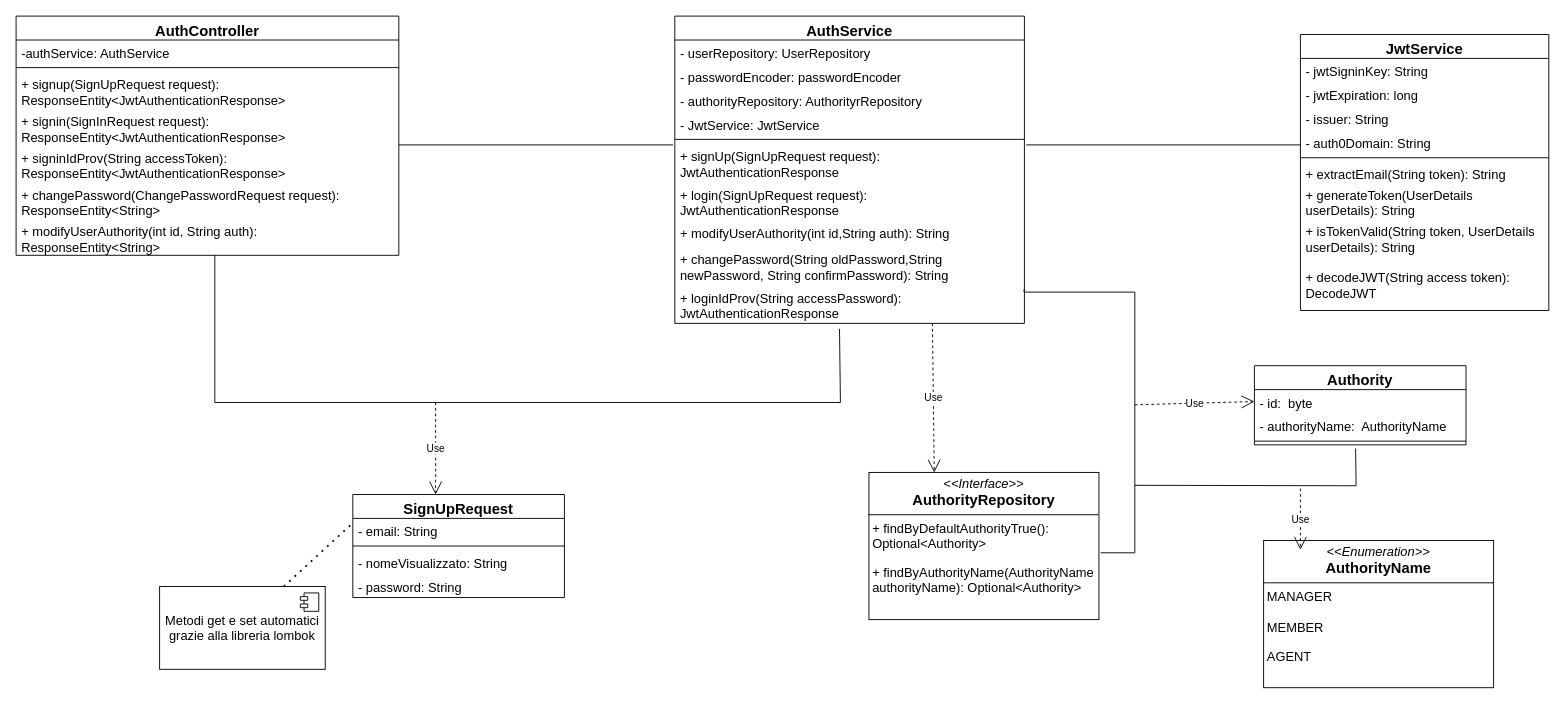
The draw.io diagram diagrammi/Diagramma delle classi -AuthController.drawio in Sperob98/Documentazione-DietiEstates25, before the edit. Source tidied: cells renumbered, new cells numbered last; positions are measured from the earlier drawing's top-left corner, leaving out a move shared by most shapes. Both pictures are drawn from the tidied source at 92%, with x=0, y=0 at pixel (16, 16).
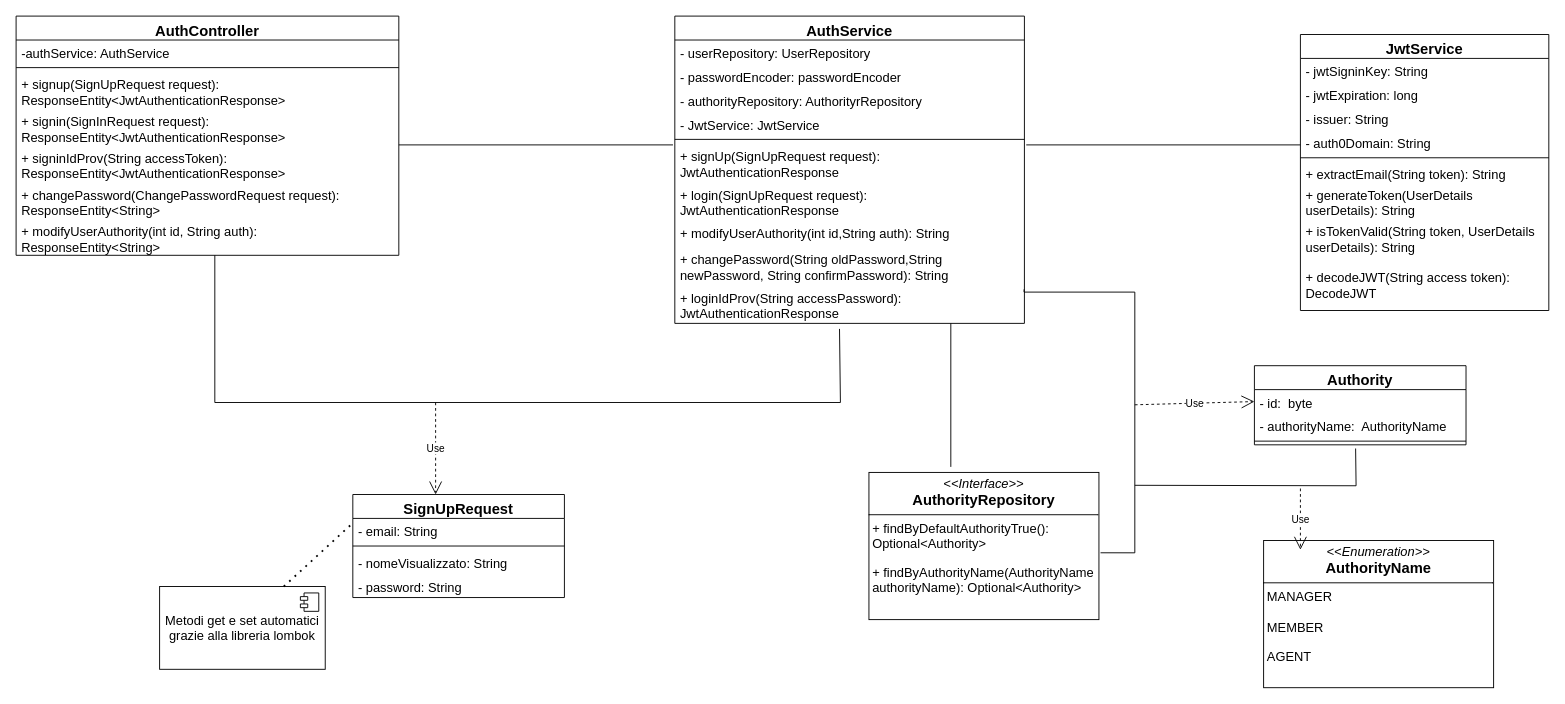
After the change.

The change refers to these unchanged cells:
```xml
<mxCell id="42" value="&lt;p style=&quot;margin:0px;margin-top:4px;text-align:center;&quot;&gt;&lt;font style=&quot;font-size: 14px;&quot;&gt;&lt;i style=&quot;&quot;&gt;&amp;lt;&amp;lt;Interface&amp;gt;&amp;gt;&lt;/i&gt;&lt;br&gt;&lt;/font&gt;&lt;b&gt;&lt;font style=&quot;font-size: 16px;&quot;&gt;AuthorityRepository&lt;/font&gt;&lt;/b&gt;&lt;/p&gt;&lt;hr size=&quot;1&quot; style=&quot;border-style:solid;&quot;&gt;&lt;p style=&quot;margin:0px;margin-left:4px;&quot;&gt;&lt;/p&gt;&lt;p style=&quot;margin:0px;margin-left:4px;&quot;&gt;&lt;font style=&quot;font-size: 14px;&quot;&gt;+ findByDefaultAuthorityTrue(): Optional&amp;lt;Authority&amp;gt;&lt;/font&gt;&lt;/p&gt;&lt;p style=&quot;margin:0px;margin-left:4px;&quot;&gt;&lt;br&gt;&lt;font style=&quot;font-size: 14px;&quot;&gt;+ findByAuthorityName(AuthorityName authorityName): Optional&amp;lt;Authority&amp;gt;&lt;/font&gt;&lt;/p&gt;" style="verticalAlign=top;align=left;overflow=fill;html=1;whiteSpace=wrap;" parent="1" vertex="1">
  <mxGeometry x="927" y="496" width="250" height="160" as="geometry" />
</mxCell>
```

What changed in the source:
```diff
@@
-    <mxCell id="43" value="Use" style="endArrow=open;endSize=12;dashed=1;html=1;rounded=0;entryX=0.284;entryY=0.001;entryDx=0;entryDy=0;entryPerimeter=0;" parent="1" edge="1" target="42">
-      <mxGeometry relative="1" as="geometry">
-        <mxPoint x="996" y="334" as="sourcePoint" />
-      </mxGeometry>
-    </mxCell>
@@
+    <mxCell id="56" style="endArrow=none;html=1;rounded=0;" parent="1" edge="1">
+      <mxGeometry relative="1" as="geometry">
+        <mxPoint x="1016" y="490" as="sourcePoint" />
+        <mxPoint x="1016" y="334" as="targetPoint" />
+      </mxGeometry>
+    </mxCell>
```
